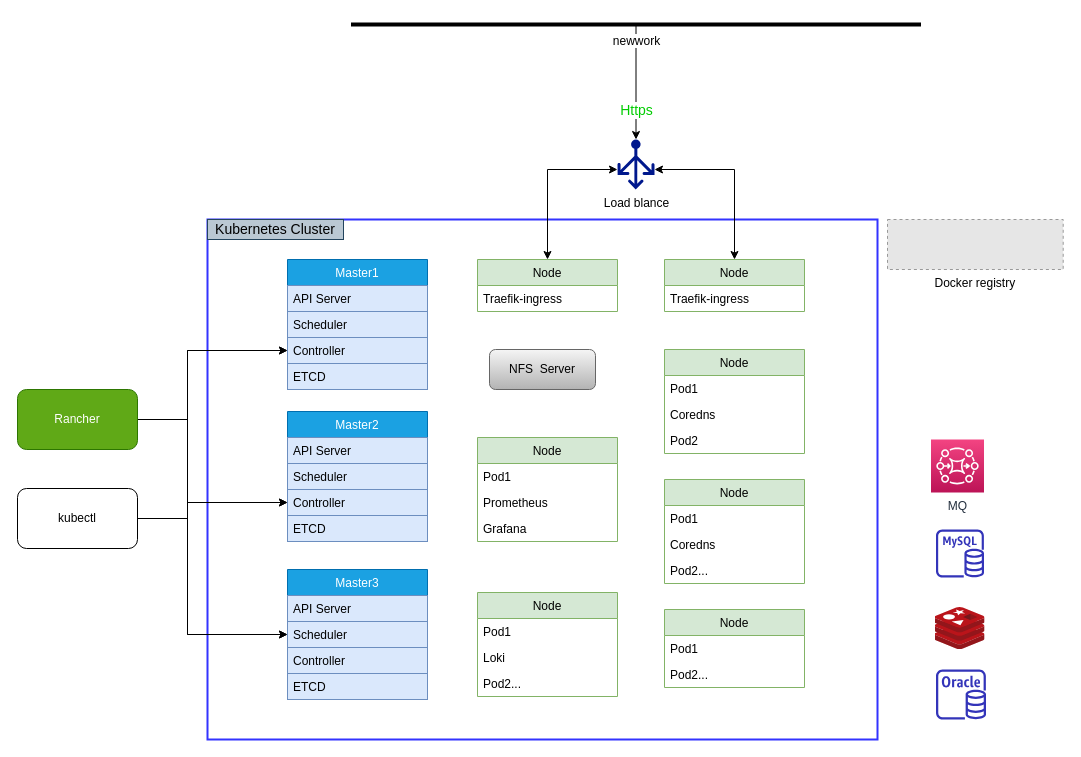
Earlier version of the draw.io diagram Untitled Diagram.drawio (jgaybjone/document). Source tidied: cells renumbered, new cells numbered last; positions are measured from the earlier drawing's top-left corner, leaving out a move shared by most shapes. Both pictures are drawn from the tidied source at 100%, with x=0, y=0 at pixel (17, 19). Pictures stored in the file or linked from it are replaced by grey dashed boxes.
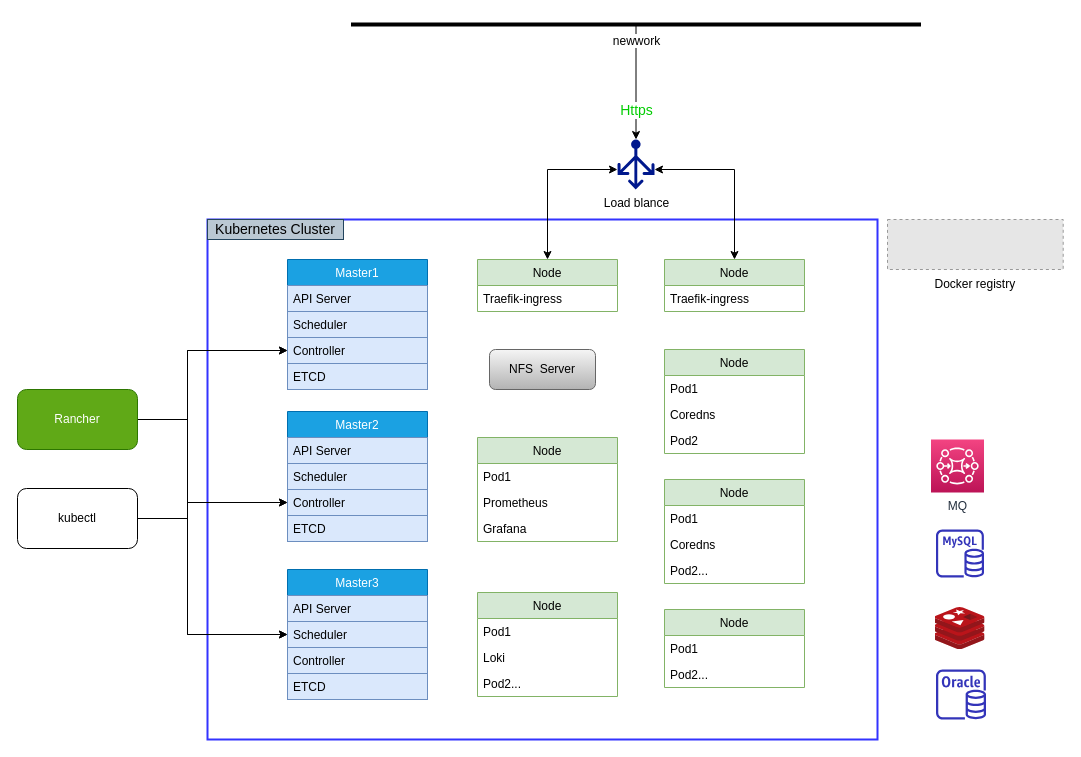
Above is the later version.

Change to the diagram source:
```diff
@@
-    <mxCell id="60" value="Docker registry" style="fillColor=#E6E6E6;strokeColor=#999999;dashed=1;verticalLabelPosition=bottom;labelBackgroundColor=#ffffff;verticalAlign=top;" parent="1" vertex="1">
+    <mxCell id="60" value="Docker registry" style="fillColor=#E6E6E6;strokeColor=#999999;dashed=1;verticalLabelPosition=bottom;labelBackgroundColor=#ffffff;verticalAlign=top;spacing=3;" parent="1" vertex="1">
       <mxGeometry x="870" y="200" width="175.7" height="50" as="geometry" />
     </mxCell>
```
